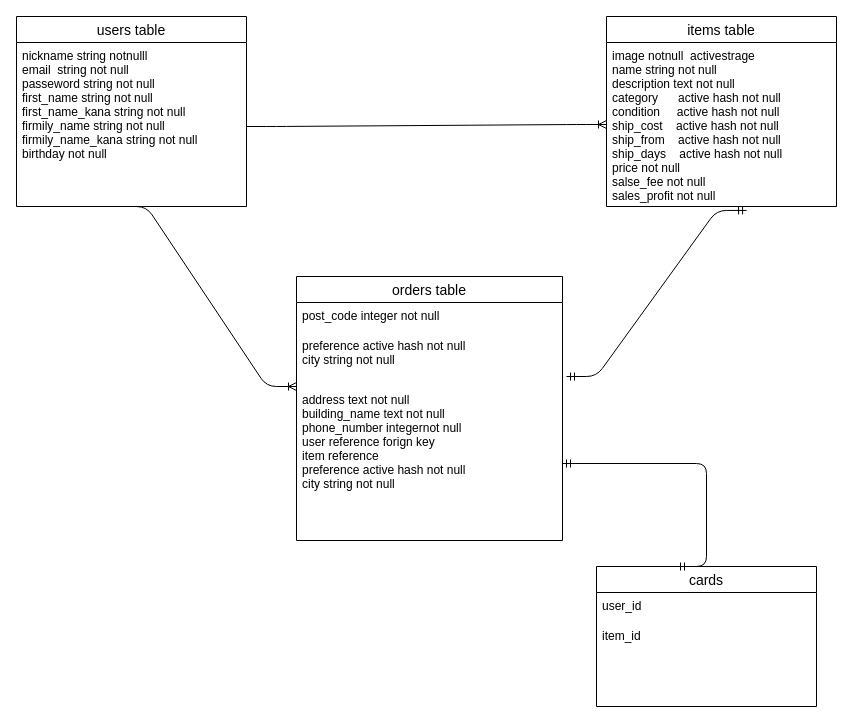
sxtxrx/furima-34851 keeps this draw.io diagram as test.dio. Above is the earlier version. Source tidied: cells renumbered, new cells numbered last; positions are measured from the earlier drawing's top-left corner, leaving out a move shared by most shapes. Both pictures are drawn from the tidied source at 100%, with x=0, y=0 at pixel (16, 16).
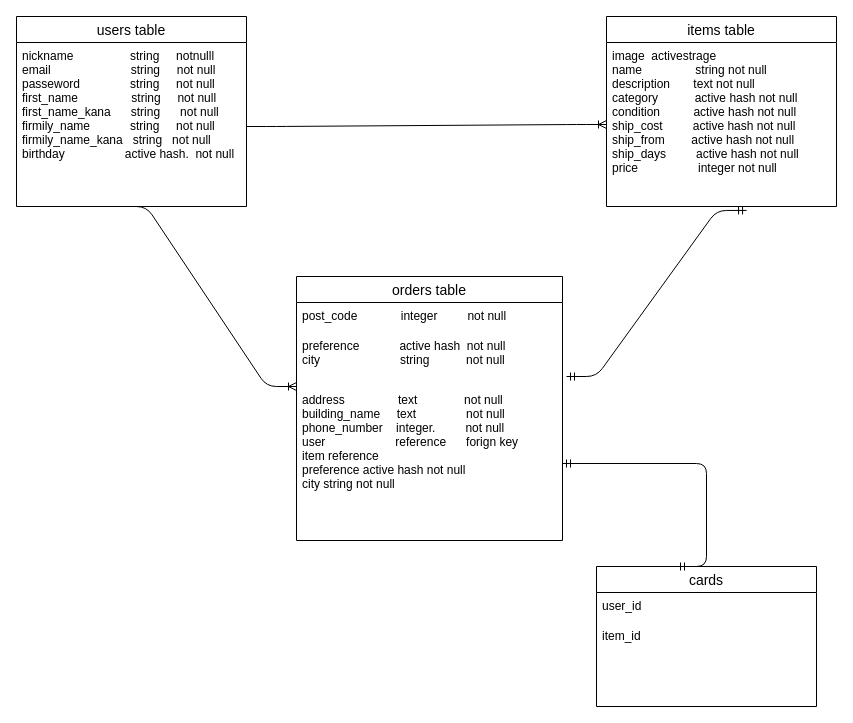
Above is the later version.

Change to the diagram source:
```diff
@@
 <mxGraphModel>
   <root>
     <mxCell id="0" />
     <mxCell id="1" parent="0" />
     <mxCell id="2" value="users table" style="swimlane;fontStyle=0;horizontal=1;startSize=26;align=center;fontSize=14;" parent="1" vertex="1">
       <mxGeometry width="230" height="190" as="geometry" />
     </mxCell>
-    <mxCell id="3" value="nickname string notnulll&#10;email  string not null&#10;passeword string not null&#10;first_name string not null&#10;first_name_kana string not null&#10;firmily_name string not null&#10;firmily_name_kana string not null&#10;birthday not null" style="text;strokeColor=none;fillColor=none;spacingLeft=4;spacingRight=4;overflow=hidden;fontSize=12;" parent="2" vertex="1">
+    <mxCell id="3" value="nickname                 string     notnulll&#10;email                        string     not null&#10;passeword               string     not null&#10;first_name                string     not null&#10;first_name_kana      string      not null&#10;firmily_name            string     not null&#10;firmily_name_kana   string   not null&#10;birthday                  active hash.  not null" style="text;strokeColor=none;fillColor=none;spacingLeft=4;spacingRight=4;overflow=hidden;fontSize=12;" parent="2" vertex="1">
       <mxGeometry y="26" width="230" height="164" as="geometry" />
     </mxCell>
     <mxCell id="4" style="edgeStyle=entityRelationEdgeStyle;fontSize=12;html=1;endArrow=ERoneToMany;" parent="2" edge="1">
       <mxGeometry relative="1" as="geometry">
         <mxPoint x="100" y="190" as="sourcePoint" />
         <mxPoint x="280" y="370" as="targetPoint" />
       </mxGeometry>
     </mxCell>
     <mxCell id="5" value="orders table" style="swimlane;fontStyle=0;horizontal=1;startSize=26;align=center;fontSize=14;" parent="1" vertex="1">
       <mxGeometry x="280" y="260" width="266" height="264" as="geometry" />
     </mxCell>
-    <mxCell id="6" value="post_code integer not null&#10;" style="text;strokeColor=none;fillColor=none;spacingLeft=4;spacingRight=4;overflow=hidden;fontSize=12;" parent="5" vertex="1">
+    <mxCell id="6" value="post_code             integer         not null&#10;" style="text;strokeColor=none;fillColor=none;spacingLeft=4;spacingRight=4;overflow=hidden;fontSize=12;" parent="5" vertex="1">
       <mxGeometry y="26" width="266" height="30" as="geometry" />
     </mxCell>
-    <mxCell id="7" value="preference active hash not null&#10;city string not null&#10;" style="text;strokeColor=none;fillColor=none;spacingLeft=4;spacingRight=4;overflow=hidden;fontSize=12;" parent="5" vertex="1">
+    <mxCell id="7" value="preference            active hash  not null&#10;city                        string           not null&#10;" style="text;strokeColor=none;fillColor=none;spacingLeft=4;spacingRight=4;overflow=hidden;fontSize=12;" parent="5" vertex="1">
       <mxGeometry y="56" width="266" height="54" as="geometry" />
     </mxCell>
-    <mxCell id="8" value="address text not null&#10;building_name text not null&#10;phone_number integernot null&#10;user reference forign key&#10;item reference&#10;preference active hash not null&#10;city string not null&#10;" style="text;strokeColor=none;fillColor=none;spacingLeft=4;spacingRight=4;overflow=hidden;points=[[0,0.5],[1,0.5]];portConstraint=eastwest;fontSize=12;" parent="5" vertex="1">
+    <mxCell id="8" value="address                text              not null&#10;building_name     text               not null&#10;phone_number    integer.         not null&#10;user                     reference      forign key&#10;item reference&#10;preference active hash not null&#10;city string not null&#10;" style="text;strokeColor=none;fillColor=none;spacingLeft=4;spacingRight=4;overflow=hidden;points=[[0,0.5],[1,0.5]];portConstraint=eastwest;fontSize=12;" parent="5" vertex="1">
       <mxGeometry y="110" width="266" height="154" as="geometry" />
     </mxCell>
     <mxCell id="9" value="items table" style="swimlane;fontStyle=0;horizontal=1;startSize=26;align=center;fontSize=14;" parent="1" vertex="1">
       <mxGeometry x="590" width="230" height="190" as="geometry" />
     </mxCell>
-    <mxCell id="10" value="image notnull  activestrage&#10;name string not null&#10;description text not null&#10;category      active hash not null&#10;condition     active hash not null&#10;ship_cost    active hash not null&#10;ship_from    active hash not null&#10;ship_days    active hash not null&#10;price not null&#10;salse_fee not null&#10;sales_profit not null" style="text;strokeColor=none;fillColor=none;spacingLeft=4;spacingRight=4;overflow=hidden;points=[[0,0.5],[1,0.5]];portConstraint=eastwest;fontSize=12;" parent="9" vertex="1">
+    <mxCell id="10" value="image  activestrage&#10;name                string not null&#10;description       text not null&#10;category           active hash not null&#10;condition          active hash not null&#10;ship_cost         active hash not null&#10;ship_from        active hash not null&#10;ship_days         active hash not null&#10;price                  integer not null&#10;" style="text;strokeColor=none;fillColor=none;spacingLeft=4;spacingRight=4;overflow=hidden;points=[[0,0.5],[1,0.5]];portConstraint=eastwest;fontSize=12;" parent="9" vertex="1">
       <mxGeometry y="26" width="230" height="164" as="geometry" />
     </mxCell>
     <mxCell id="11" style="edgeStyle=entityRelationEdgeStyle;fontSize=12;html=1;endArrow=ERoneToMany;" parent="1" edge="1" target="10">
       <mxGeometry relative="1" as="geometry">
         <mxPoint x="230" y="110" as="sourcePoint" />
       </mxGeometry>
     </mxCell>
     <mxCell id="12" style="edgeStyle=entityRelationEdgeStyle;fontSize=12;html=1;endArrow=ERmandOne;startArrow=ERmandOne;entryX=0.609;entryY=1.024;entryDx=0;entryDy=0;entryPerimeter=0;" parent="1" edge="1" target="10">
       <mxGeometry relative="1" as="geometry">
         <mxPoint x="550" y="360" as="sourcePoint" />
       </mxGeometry>
     </mxCell>
     <mxCell id="13" value="cards" style="swimlane;fontStyle=0;horizontal=1;startSize=26;align=center;fontSize=14;" parent="1" vertex="1">
       <mxGeometry x="580" y="550" width="220" height="140" as="geometry" />
     </mxCell>
     <mxCell id="14" style="edgeStyle=entityRelationEdgeStyle;fontSize=12;html=1;endArrow=ERmandOne;startArrow=ERmandOne;" parent="13" edge="1" target="8">
       <mxGeometry relative="1" as="geometry">
         <mxPoint x="80" as="sourcePoint" />
       </mxGeometry>
     </mxCell>
     <mxCell id="15" value="user_id" style="text;strokeColor=none;fillColor=none;spacingLeft=4;spacingRight=4;overflow=hidden;fontSize=12;" parent="13" vertex="1">
       <mxGeometry y="26" width="220" height="30" as="geometry" />
     </mxCell>
     <mxCell id="16" value="item_id" style="text;strokeColor=none;fillColor=none;spacingLeft=4;spacingRight=4;overflow=hidden;fontSize=12;" parent="13" vertex="1">
       <mxGeometry y="56" width="220" height="84" as="geometry" />
     </mxCell>
   </root>
 </mxGraphModel>
```
